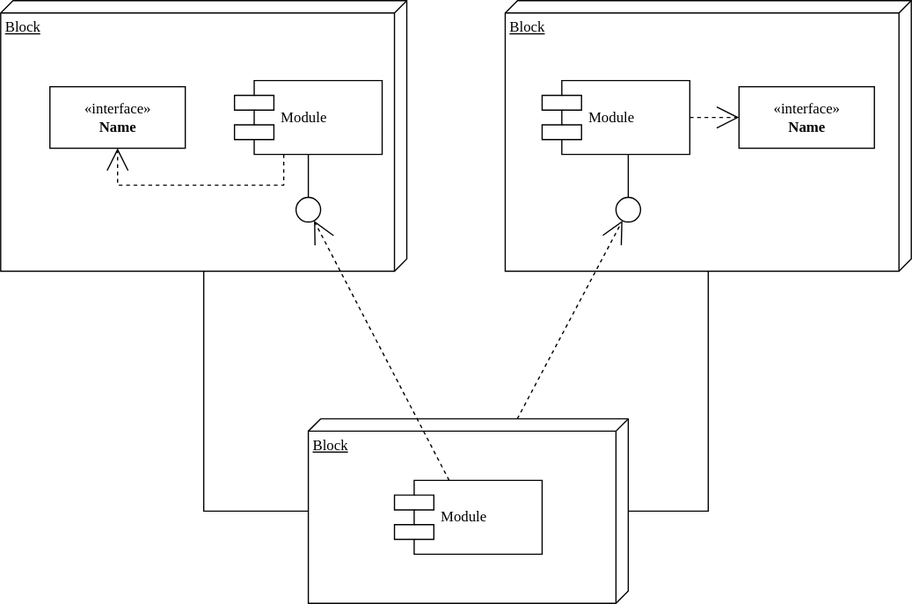
Above: AurumSophiaAppStack.svg in molitio/aurum-sophia (draw.io), before the change. Source tidied: cells renumbered, new cells last; positions are measured from the earlier drawing's top-left corner, leaving out a move shared by most shapes.
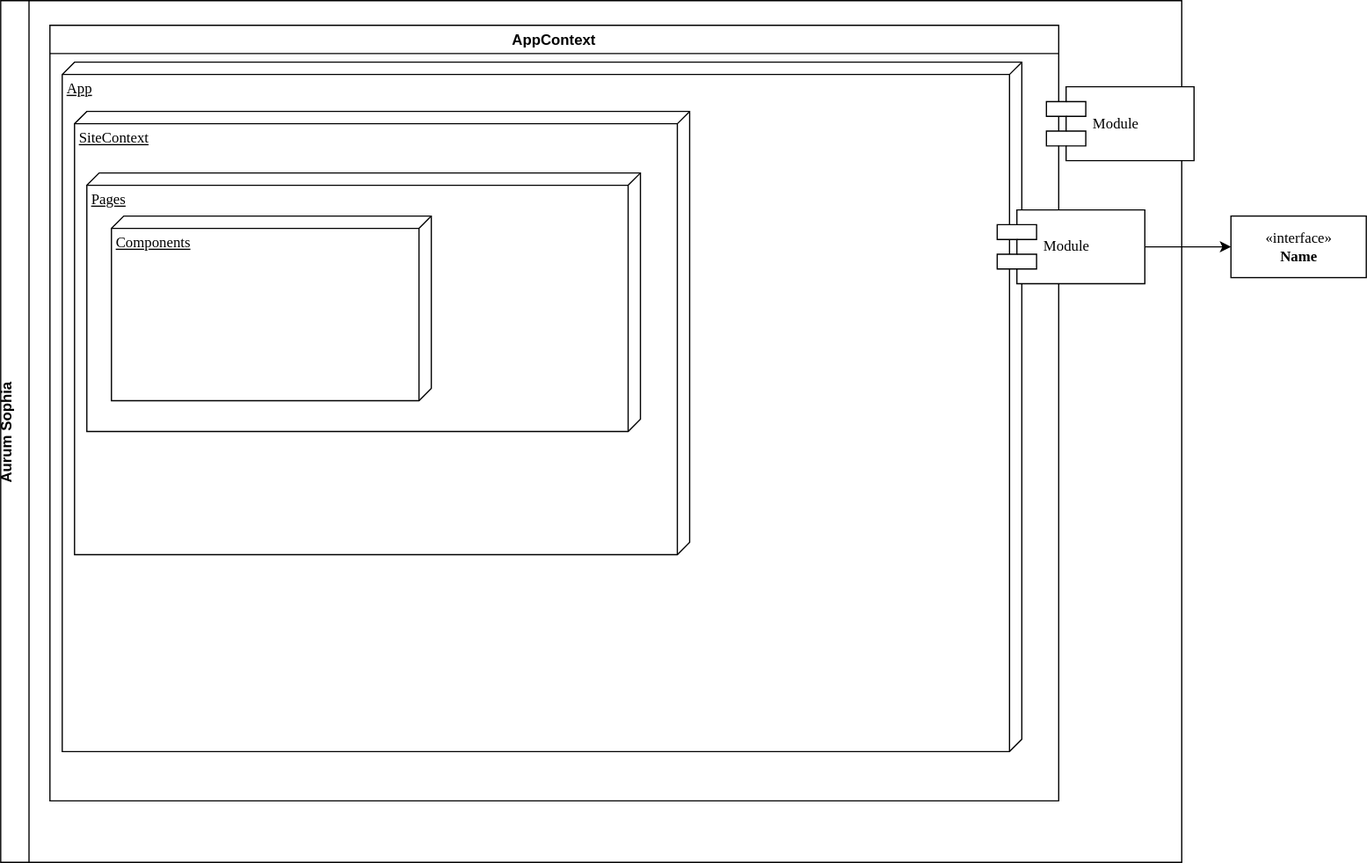
After the change.

What changed in the source:
```diff
@@ -2,72 +2,35 @@
   <root>
     <mxCell id="0" />
     <mxCell id="1" parent="0" />
+    <mxCell id="20" value="AppContext" style="swimlane;" parent="1" vertex="1">
+      <mxGeometry x="-920" y="-85" width="820" height="630" as="geometry" />
+    </mxCell>
+    <mxCell id="21" value="&lt;div&gt;App&lt;/div&gt;" style="verticalAlign=top;align=left;spacingTop=8;spacingLeft=2;spacingRight=12;shape=cube;size=10;direction=south;fontStyle=4;html=1;rounded=0;shadow=0;comic=0;labelBackgroundColor=none;strokeWidth=1;fontFamily=Verdana;fontSize=12;" parent="20" vertex="1">
+      <mxGeometry x="10" y="30" width="780" height="560" as="geometry" />
+    </mxCell>
-    <mxCell id="2" value="Block" style="verticalAlign=top;align=left;spacingTop=8;spacingLeft=2;spacingRight=12;shape=cube;size=10;direction=south;fontStyle=4;html=1;rounded=0;shadow=0;comic=0;labelBackgroundColor=none;strokeWidth=1;fontFamily=Verdana;fontSize=12;" parent="1" vertex="1">
-      <mxGeometry width="330" height="220" as="geometry" />
+    <mxCell id="2" value="&lt;div&gt;SiteContext&lt;/div&gt;&lt;div&gt;&lt;br&gt;&lt;/div&gt;" style="verticalAlign=top;align=left;spacingTop=8;spacingLeft=2;spacingRight=12;shape=cube;size=10;direction=south;fontStyle=4;html=1;rounded=0;shadow=0;comic=0;labelBackgroundColor=none;strokeWidth=1;fontFamily=Verdana;fontSize=12;" parent="20" vertex="1">
+      <mxGeometry x="20" y="70" width="500" height="360" as="geometry" />
     </mxCell>
-    <mxCell id="3" value="Block" style="verticalAlign=top;align=left;spacingTop=8;spacingLeft=2;spacingRight=12;shape=cube;size=10;direction=south;fontStyle=4;html=1;rounded=0;shadow=0;comic=0;labelBackgroundColor=none;strokeWidth=1;fontFamily=Verdana;fontSize=12;" parent="1" vertex="1">
-      <mxGeometry x="410" width="330" height="220" as="geometry" />
-    </mxCell>
-    <mxCell id="4" value="Block" style="verticalAlign=top;align=left;spacingTop=8;spacingLeft=2;spacingRight=12;shape=cube;size=10;direction=south;fontStyle=4;html=1;rounded=0;shadow=0;comic=0;labelBackgroundColor=none;strokeWidth=1;fontFamily=Verdana;fontSize=12;" parent="1" vertex="1">
-      <mxGeometry x="250" y="340" width="260" height="150" as="geometry" />
+    <mxCell id="4" value="&lt;div&gt;Pages&lt;/div&gt;&lt;div&gt;&lt;br&gt;&lt;/div&gt;" style="verticalAlign=top;align=left;spacingTop=8;spacingLeft=2;spacingRight=12;shape=cube;size=10;direction=south;fontStyle=4;html=1;rounded=0;shadow=0;comic=0;labelBackgroundColor=none;strokeWidth=1;fontFamily=Verdana;fontSize=12;" parent="20" vertex="1">
+      <mxGeometry x="30" y="120" width="450" height="210" as="geometry" />
     </mxCell>
+    <mxCell id="22" value="&lt;div&gt;Components&lt;/div&gt;&lt;div&gt;&lt;br&gt;&lt;/div&gt;" style="verticalAlign=top;align=left;spacingTop=8;spacingLeft=2;spacingRight=12;shape=cube;size=10;direction=south;fontStyle=4;html=1;rounded=0;shadow=0;comic=0;labelBackgroundColor=none;strokeWidth=1;fontFamily=Verdana;fontSize=12;" parent="20" vertex="1">
+      <mxGeometry x="50" y="155" width="260" height="150" as="geometry" />
+    </mxCell>
+    <mxCell id="23" value="Aurum Sophia&#10;" style="swimlane;horizontal=0;" parent="1" vertex="1">
+      <mxGeometry x="-960" y="-105" width="960" height="700" as="geometry" />
+    </mxCell>
+    <mxCell id="11" value="Module" style="shape=component;align=left;spacingLeft=36;rounded=0;shadow=0;comic=0;labelBackgroundColor=none;strokeWidth=1;fontFamily=Verdana;fontSize=12;html=1;" parent="23" vertex="1">
+      <mxGeometry x="850" y="70" width="120" height="60" as="geometry" />
+    </mxCell>
+    <mxCell id="6" value="Module" style="shape=component;align=left;spacingLeft=36;rounded=0;shadow=0;comic=0;labelBackgroundColor=none;strokeWidth=1;fontFamily=Verdana;fontSize=12;html=1;" parent="23" vertex="1">
+      <mxGeometry x="810" y="170" width="120" height="60" as="geometry" />
+    </mxCell>
+    <mxCell id="16" style="edgeStyle=orthogonalEdgeStyle;rounded=0;jettySize=auto;html=1;" parent="1" edge="1" source="6" target="5">
+      <mxGeometry relative="1" as="geometry" />
+    </mxCell>
     <mxCell id="5" value="&amp;laquo;interface&amp;raquo;&lt;br&gt;&lt;b&gt;Name&lt;/b&gt;" style="html=1;rounded=0;shadow=0;comic=0;labelBackgroundColor=none;strokeWidth=1;fontFamily=Verdana;fontSize=12;align=center;" parent="1" vertex="1">
       <mxGeometry x="40" y="70" width="110" height="50" as="geometry" />
     </mxCell>
-    <mxCell id="6" value="Module" style="shape=component;align=left;spacingLeft=36;rounded=0;shadow=0;comic=0;labelBackgroundColor=none;strokeWidth=1;fontFamily=Verdana;fontSize=12;html=1;" parent="1" vertex="1">
-      <mxGeometry x="190" y="65" width="120" height="60" as="geometry" />
-    </mxCell>
-    <mxCell id="7" style="ellipse;whiteSpace=wrap;html=1;rounded=0;shadow=0;comic=0;labelBackgroundColor=none;strokeWidth=1;fontFamily=Verdana;fontSize=12;align=center;" parent="1" vertex="1">
-      <mxGeometry x="240" y="160" width="20" height="20" as="geometry" />
-    </mxCell>
-    <mxCell id="8" value="Module" style="shape=component;align=left;spacingLeft=36;rounded=0;shadow=0;comic=0;labelBackgroundColor=none;strokeWidth=1;fontFamily=Verdana;fontSize=12;html=1;" parent="1" vertex="1">
-      <mxGeometry x="440" y="65" width="120" height="60" as="geometry" />
-    </mxCell>
-    <mxCell id="9" value="&amp;laquo;interface&amp;raquo;&lt;br&gt;&lt;b&gt;Name&lt;/b&gt;" style="html=1;rounded=0;shadow=0;comic=0;labelBackgroundColor=none;strokeWidth=1;fontFamily=Verdana;fontSize=12;align=center;" parent="1" vertex="1">
-      <mxGeometry x="600" y="70" width="110" height="50" as="geometry" />
-    </mxCell>
-    <mxCell id="10" style="ellipse;whiteSpace=wrap;html=1;rounded=0;shadow=0;comic=0;labelBackgroundColor=none;strokeWidth=1;fontFamily=Verdana;fontSize=12;align=center;" parent="1" vertex="1">
-      <mxGeometry x="500" y="160" width="20" height="20" as="geometry" />
-    </mxCell>
-    <mxCell id="11" value="Module" style="shape=component;align=left;spacingLeft=36;rounded=0;shadow=0;comic=0;labelBackgroundColor=none;strokeWidth=1;fontFamily=Verdana;fontSize=12;html=1;" parent="1" vertex="1">
-      <mxGeometry x="320" y="390" width="120" height="60" as="geometry" />
-    </mxCell>
-    <mxCell id="12" style="edgeStyle=none;rounded=0;html=1;dashed=1;labelBackgroundColor=none;startArrow=none;startFill=0;startSize=8;endArrow=open;endFill=0;endSize=16;fontFamily=Verdana;fontSize=12;" parent="1" edge="1" source="11" target="7">
-      <mxGeometry relative="1" as="geometry" />
-    </mxCell>
-    <mxCell id="13" style="edgeStyle=none;rounded=0;html=1;dashed=1;labelBackgroundColor=none;startArrow=none;startFill=0;startSize=8;endArrow=open;endFill=0;endSize=16;fontFamily=Verdana;fontSize=12;" parent="1" edge="1" source="4" target="10">
-      <mxGeometry relative="1" as="geometry" />
-    </mxCell>
-    <mxCell id="14" style="edgeStyle=elbowEdgeStyle;rounded=0;html=1;labelBackgroundColor=none;startArrow=none;startFill=0;startSize=8;endArrow=none;endFill=0;endSize=16;fontFamily=Verdana;fontSize=12;" parent="1" edge="1" source="10" target="8">
-      <mxGeometry relative="1" as="geometry" />
-    </mxCell>
-    <mxCell id="15" style="edgeStyle=elbowEdgeStyle;rounded=0;html=1;labelBackgroundColor=none;startArrow=none;startFill=0;startSize=8;endArrow=none;endFill=0;endSize=16;fontFamily=Verdana;fontSize=12;" parent="1" edge="1" source="7" target="6">
-      <mxGeometry relative="1" as="geometry" />
-    </mxCell>
-    <mxCell id="16" style="edgeStyle=orthogonalEdgeStyle;rounded=0;html=1;labelBackgroundColor=none;startArrow=none;startFill=0;startSize=8;endArrow=open;endFill=0;endSize=16;fontFamily=Verdana;fontSize=12;dashed=1;" parent="1" edge="1" source="6" target="5">
-      <mxGeometry relative="1" as="geometry">
-        <Array as="points">
-          <mxPoint x="230" y="150" />
-          <mxPoint x="95" y="150" />
-        </Array>
-      </mxGeometry>
-    </mxCell>
-    <mxCell id="17" style="edgeStyle=orthogonalEdgeStyle;rounded=0;html=1;dashed=1;labelBackgroundColor=none;startArrow=none;startFill=0;startSize=8;endArrow=open;endFill=0;endSize=16;fontFamily=Verdana;fontSize=12;" parent="1" edge="1" source="8" target="9">
-      <mxGeometry relative="1" as="geometry" />
-    </mxCell>
-    <mxCell id="18" style="edgeStyle=orthogonalEdgeStyle;rounded=0;html=1;labelBackgroundColor=none;startArrow=none;startFill=0;startSize=8;endArrow=none;endFill=0;endSize=16;fontFamily=Verdana;fontSize=12;" parent="1" edge="1" source="4" target="3">
-      <mxGeometry relative="1" as="geometry">
-        <Array as="points">
-          <mxPoint x="575" y="415" />
-        </Array>
-      </mxGeometry>
-    </mxCell>
-    <mxCell id="19" style="edgeStyle=orthogonalEdgeStyle;rounded=0;html=1;labelBackgroundColor=none;startArrow=none;startFill=0;startSize=8;endArrow=none;endFill=0;endSize=16;fontFamily=Verdana;fontSize=12;" parent="1" edge="1" source="4" target="2">
-      <mxGeometry relative="1" as="geometry">
-        <Array as="points">
-          <mxPoint x="165" y="415" />
-        </Array>
-      </mxGeometry>
-    </mxCell>
   </root>
 </mxGraphModel>
```
